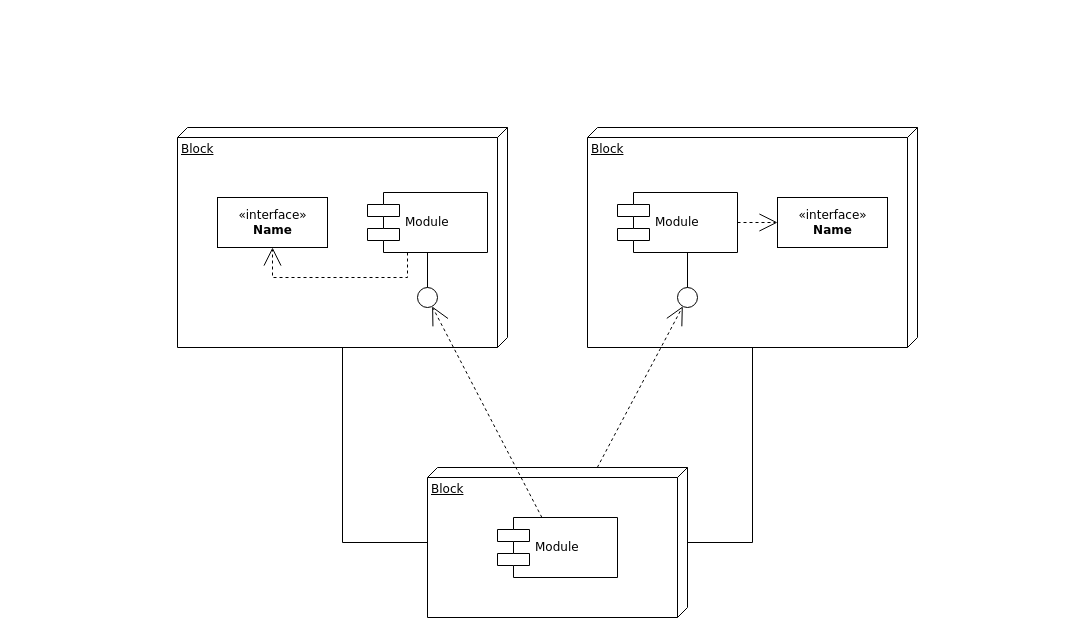
Earlier version of the draw.io diagram pics/component.drawio (Rayckey/tribot_ws). Source tidied: cells renumbered, new cells numbered last; positions are measured from the earlier drawing's top-left corner, leaving out a move shared by most shapes. Both pictures are drawn from the tidied source at 100%, with x=0, y=0 at pixel (177, 127).
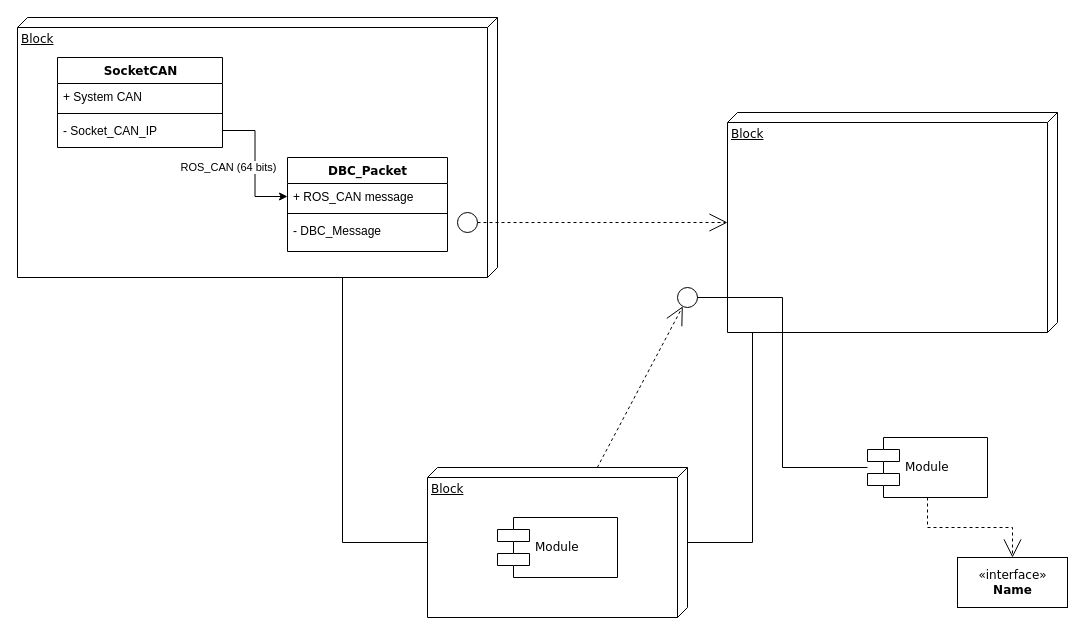
The same diagram, later.

Unchanged cells that the change refers to:
```xml
<mxCell id="11" value="Module" style="shape=component;align=left;spacingLeft=36;rounded=0;shadow=0;comic=0;labelBackgroundColor=none;strokeWidth=1;fontFamily=Verdana;fontSize=12;html=1;" parent="1" vertex="1">
  <mxGeometry x="320" y="390" width="120" height="60" as="geometry" />
</mxCell>
```

What changed in the source:
```diff
@@
     <mxCell id="2" value="Block" style="verticalAlign=top;align=left;spacingTop=8;spacingLeft=2;spacingRight=12;shape=cube;size=10;direction=south;fontStyle=4;html=1;rounded=0;shadow=0;comic=0;labelBackgroundColor=none;strokeWidth=1;fontFamily=Verdana;fontSize=12;" parent="1" vertex="1">
-      <mxGeometry width="330" height="220" as="geometry" />
+      <mxGeometry x="-160" y="-110" width="480" height="260" as="geometry" />
     </mxCell>
     <mxCell id="3" value="Block" style="verticalAlign=top;align=left;spacingTop=8;spacingLeft=2;spacingRight=12;shape=cube;size=10;direction=south;fontStyle=4;html=1;rounded=0;shadow=0;comic=0;labelBackgroundColor=none;strokeWidth=1;fontFamily=Verdana;fontSize=12;" parent="1" vertex="1">
-      <mxGeometry x="410" width="330" height="220" as="geometry" />
+      <mxGeometry x="550" y="-15" width="330" height="220" as="geometry" />
     </mxCell>
@@
-    <mxCell id="5" value="&amp;laquo;interface&amp;raquo;&lt;br&gt;&lt;b&gt;Name&lt;/b&gt;" style="html=1;rounded=0;shadow=0;comic=0;labelBackgroundColor=none;strokeWidth=1;fontFamily=Verdana;fontSize=12;align=center;" parent="1" vertex="1">
-      <mxGeometry x="40" y="70" width="110" height="50" as="geometry" />
-    </mxCell>
-    <mxCell id="6" value="Module" style="shape=component;align=left;spacingLeft=36;rounded=0;shadow=0;comic=0;labelBackgroundColor=none;strokeWidth=1;fontFamily=Verdana;fontSize=12;html=1;" parent="1" vertex="1">
-      <mxGeometry x="190" y="65" width="120" height="60" as="geometry" />
-    </mxCell>
     <mxCell id="7" style="ellipse;whiteSpace=wrap;html=1;rounded=0;shadow=0;comic=0;labelBackgroundColor=none;strokeWidth=1;fontFamily=Verdana;fontSize=12;align=center;" parent="1" vertex="1">
-      <mxGeometry x="240" y="160" width="20" height="20" as="geometry" />
+      <mxGeometry x="280" y="85" width="20" height="20" as="geometry" />
     </mxCell>
     <mxCell id="8" value="Module" style="shape=component;align=left;spacingLeft=36;rounded=0;shadow=0;comic=0;labelBackgroundColor=none;strokeWidth=1;fontFamily=Verdana;fontSize=12;html=1;" parent="1" vertex="1">
-      <mxGeometry x="440" y="65" width="120" height="60" as="geometry" />
+      <mxGeometry x="690" y="310" width="120" height="60" as="geometry" />
     </mxCell>
     <mxCell id="9" value="&amp;laquo;interface&amp;raquo;&lt;br&gt;&lt;b&gt;Name&lt;/b&gt;" style="html=1;rounded=0;shadow=0;comic=0;labelBackgroundColor=none;strokeWidth=1;fontFamily=Verdana;fontSize=12;align=center;" parent="1" vertex="1">
-      <mxGeometry x="600" y="70" width="110" height="50" as="geometry" />
+      <mxGeometry x="780" y="430" width="110" height="50" as="geometry" />
     </mxCell>
@@
-    <mxCell id="12" style="edgeStyle=none;rounded=0;html=1;dashed=1;labelBackgroundColor=none;startArrow=none;startFill=0;startSize=8;endArrow=open;endFill=0;endSize=16;fontFamily=Verdana;fontSize=12;" parent="1" edge="1" source="11" target="7">
+    <mxCell id="12" style="edgeStyle=none;rounded=0;html=1;dashed=1;labelBackgroundColor=none;startArrow=none;startFill=0;startSize=8;endArrow=open;endFill=0;endSize=16;fontFamily=Verdana;fontSize=12;" parent="1" edge="1" source="7" target="3">
       <mxGeometry relative="1" as="geometry" />
     </mxCell>
@@
-    <mxCell id="15" style="edgeStyle=elbowEdgeStyle;rounded=0;html=1;labelBackgroundColor=none;startArrow=none;startFill=0;startSize=8;endArrow=none;endFill=0;endSize=16;fontFamily=Verdana;fontSize=12;" parent="1" edge="1" source="7" target="6">
-      <mxGeometry relative="1" as="geometry" />
-    </mxCell>
-    <mxCell id="16" style="edgeStyle=orthogonalEdgeStyle;rounded=0;html=1;labelBackgroundColor=none;startArrow=none;startFill=0;startSize=8;endArrow=open;endFill=0;endSize=16;fontFamily=Verdana;fontSize=12;dashed=1;" parent="1" edge="1" source="6" target="5">
-      <mxGeometry relative="1" as="geometry">
-        <Array as="points">
-          <mxPoint x="230" y="150" />
-          <mxPoint x="95" y="150" />
-        </Array>
-      </mxGeometry>
-    </mxCell>
@@
+    <mxCell id="20" value="SocketCAN" style="swimlane;html=1;fontStyle=1;align=center;verticalAlign=top;horizontal=1;startSize=26;swimlaneFillColor=#ffffff;rounded=0;shadow=0;comic=0;labelBackgroundColor=none;strokeWidth=1;fillColor=none;fontFamily=Verdana;fontSize=12;swimlaneLine=1;" parent="1" vertex="1">
+      <mxGeometry x="-120" y="-70" width="165" height="90" as="geometry" />
+    </mxCell>
+    <mxCell id="21" value="+ System CAN" style="text;html=1;strokeColor=none;fillColor=none;align=left;verticalAlign=top;spacingLeft=4;spacingRight=4;whiteSpace=wrap;overflow=hidden;" parent="20" vertex="1">
+      <mxGeometry y="26" width="165" height="26" as="geometry" />
+    </mxCell>
+    <mxCell id="22" style="line;html=1;strokeWidth=1;fillColor=none;align=left;verticalAlign=middle;spacingTop=-1;spacingLeft=3;spacingRight=3;labelPosition=right;" parent="20" vertex="1">
+      <mxGeometry y="52" width="165" height="8" as="geometry" />
+    </mxCell>
+    <mxCell id="23" value="- Socket_CAN_IP" style="text;html=1;strokeColor=none;fillColor=none;align=left;verticalAlign=top;spacingLeft=4;spacingRight=4;whiteSpace=wrap;overflow=hidden;points=[[0,0.5],[1,0.5]];portConstraint=eastwest;" parent="20" vertex="1">
+      <mxGeometry y="60" width="165" height="26" as="geometry" />
+    </mxCell>
+    <mxCell id="24" value="DBC_Packet" style="swimlane;html=1;fontStyle=1;align=center;verticalAlign=top;horizontal=1;startSize=26;swimlaneFillColor=#ffffff;rounded=0;shadow=0;comic=0;labelBackgroundColor=none;strokeWidth=1;fillColor=none;fontFamily=Verdana;fontSize=12;" parent="1" vertex="1">
+      <mxGeometry x="110" y="30" width="160" height="94" as="geometry" />
+    </mxCell>
+    <mxCell id="25" value="+ ROS_CAN message" style="text;html=1;strokeColor=none;fillColor=none;align=left;verticalAlign=top;spacingLeft=4;spacingRight=4;whiteSpace=wrap;overflow=hidden;points=[[0,0.5],[1,0.5]];portConstraint=eastwest;" parent="24" vertex="1">
+      <mxGeometry y="26" width="160" height="26" as="geometry" />
+    </mxCell>
+    <mxCell id="26" style="line;html=1;strokeWidth=1;fillColor=none;align=left;verticalAlign=middle;spacingTop=-1;spacingLeft=3;spacingRight=3;labelPosition=right;" parent="24" vertex="1">
+      <mxGeometry y="52" width="160" height="8" as="geometry" />
+    </mxCell>
+    <mxCell id="27" value="- DBC_Message" style="text;html=1;strokeColor=none;fillColor=none;align=left;verticalAlign=top;spacingLeft=4;spacingRight=4;whiteSpace=wrap;overflow=hidden;" parent="24" vertex="1">
+      <mxGeometry y="60" width="160" height="30" as="geometry" />
+    </mxCell>
+    <mxCell id="28" value="&amp;nbsp; ROS_CAN (64 bits)&amp;nbsp;&amp;nbsp;" style="edgeStyle=orthogonalEdgeStyle;rounded=0;jettySize=auto;html=1;" parent="1" edge="1" source="23" target="25">
+      <mxGeometry x="0.05" y="-27" relative="1" as="geometry" />
+    </mxCell>
```
